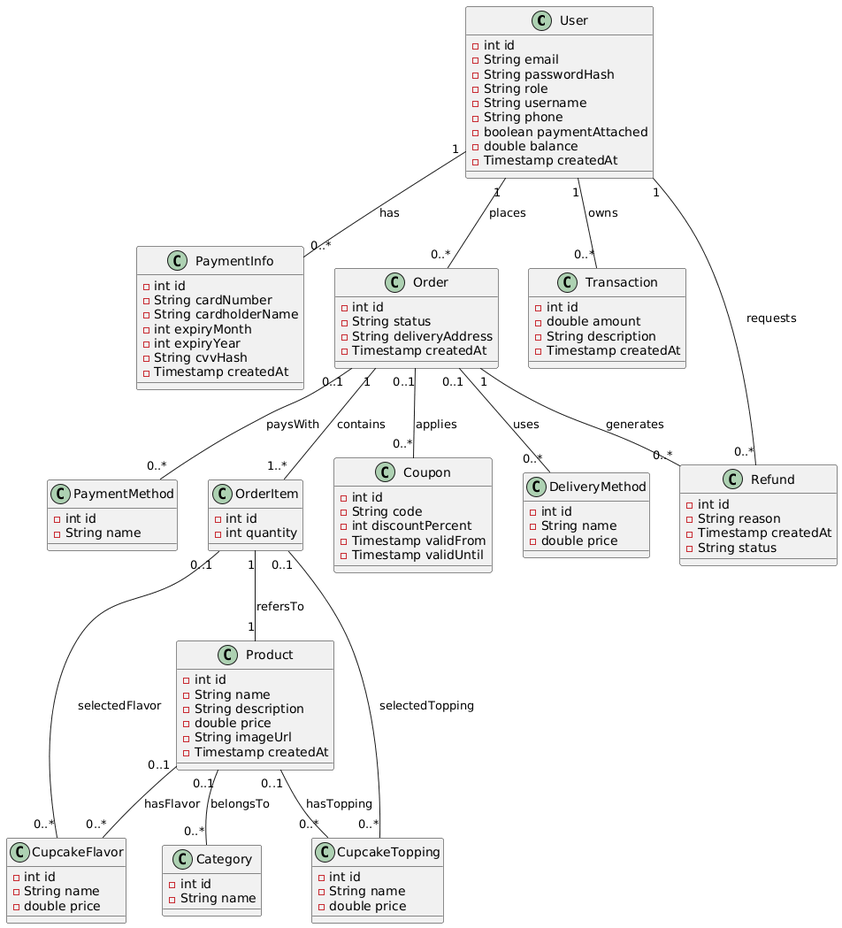
Above: Diagrammer/Domænemodel.png in Guacamoleboy/Cupcake (PlantUML), before the change.
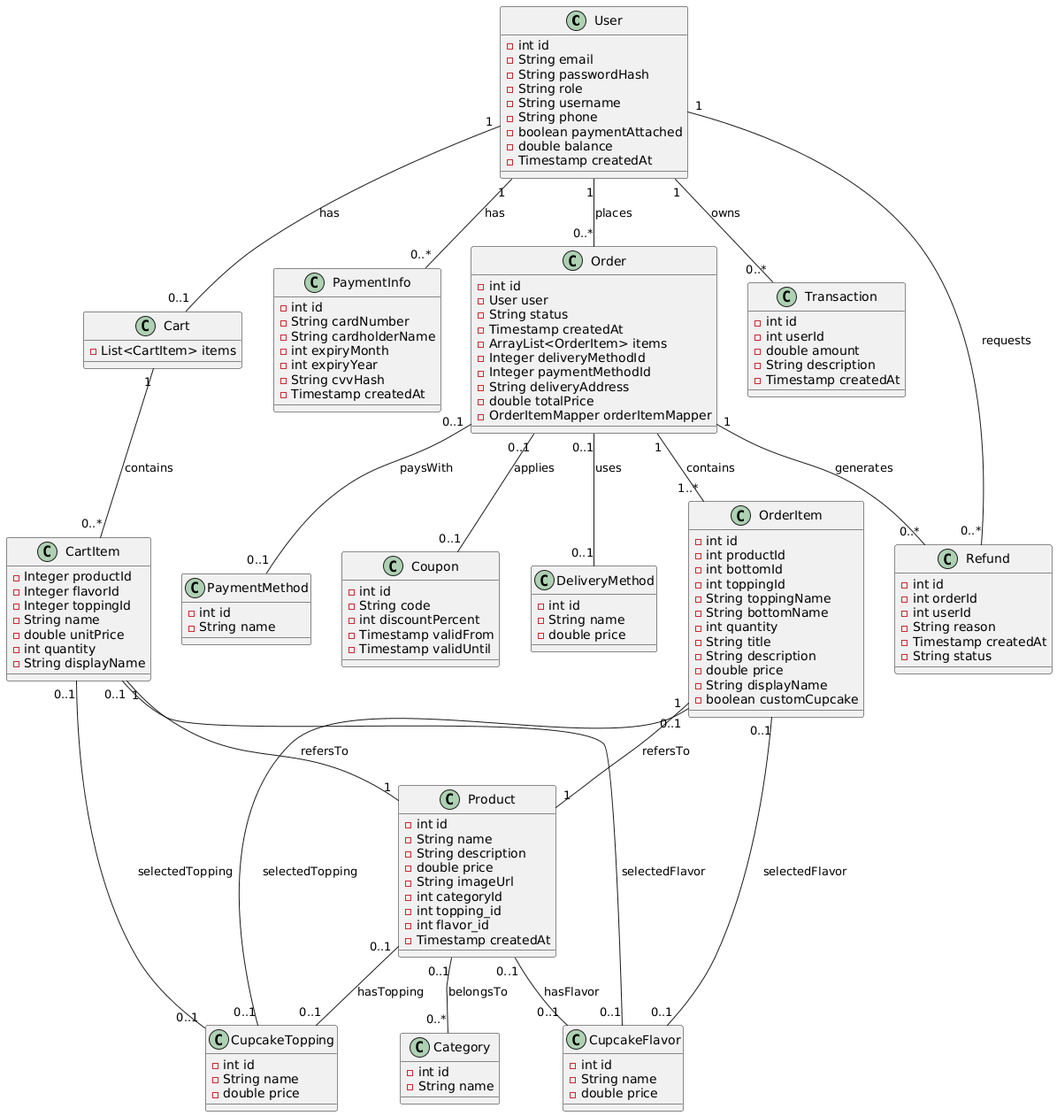
The same diagram one commit later.

What changed in the source:
```diff
@@ -9,6 +9,20 @@
     - boolean paymentAttached
     - double balance
     - Timestamp createdAt
+}
+
+class Cart {
+    - List<CartItem> items
+}
+
+class CartItem {
+    - Integer productId
+    - Integer flavorId
+    - Integer toppingId
+    - String name
+    - double unitPrice
+    - int quantity
+    - String displayName
 }
 
 class PaymentInfo {
@@ -44,6 +58,9 @@
     - String description
     - double price
     - String imageUrl
+    - int categoryId
+    - int topping_id
+    - int flavor_id
     - Timestamp createdAt
 }
 
@@ -60,18 +77,35 @@
 
 class Order {
     - int id
+    - User user
     - String status
+    - Timestamp createdAt
+    - ArrayList<OrderItem> items
+    - Integer deliveryMethodId
+    - Integer paymentMethodId
     - String deliveryAddress
-    - Timestamp createdAt
+    - double totalPrice
+    - OrderItemMapper orderItemMapper
 }
 
 class OrderItem {
     - int id
+    - int productId
+    - int bottomId
+    - int toppingId
+    - String toppingName
+    - String bottomName
     - int quantity
+    - String title
+    - String description
+    - double price
+    - String displayName
+    - boolean customCupcake
 }
 
 class Transaction {
     - int id
+    - int userId
     - double amount
     - String description
     - Timestamp createdAt
@@ -87,28 +121,35 @@
 
 class Refund {
     - int id
+    - int orderId
+    - int userId
     - String reason
     - Timestamp createdAt
     - String status
 }
 
-
 User "1" -- "0..*" PaymentInfo : has
 User "1" -- "0..*" Order : places
 User "1" -- "0..*" Transaction : owns
 User "1" -- "0..*" Refund : requests
+User "1" -- "0..1" Cart : has
+
+Cart "1" -- "0..*" CartItem : contains
+CartItem "1" -- "1" Product : refersTo
+CartItem "0..1" -- "0..1" CupcakeFlavor : selectedFlavor
+CartItem "0..1" -- "0..1" CupcakeTopping : selectedTopping
 
 Order "1" -- "1..*" OrderItem : contains
-Order "0..1" -- "0..*" DeliveryMethod : uses
-Order "0..1" -- "0..*" PaymentMethod : paysWith
-Order "0..1" -- "0..*" Coupon : applies
+Order "0..1" -- "0..1" DeliveryMethod : uses
+Order "0..1" -- "0..1" PaymentMethod : paysWith
+Order "0..1" -- "0..1" Coupon : applies
 Order "1" -- "0..*" Refund : generates
 
 OrderItem "1" -- "1" Product : refersTo
+OrderItem "0..1" -- "0..1" CupcakeFlavor : selectedFlavor
+OrderItem "0..1" -- "0..1" CupcakeTopping : selectedTopping
+
 Product "0..1" -- "0..*" Category : belongsTo
-Product "0..1" -- "0..*" CupcakeFlavor : hasFlavor
-Product "0..1" -- "0..*" CupcakeTopping : hasTopping
-
-OrderItem "0..1" -- "0..*" CupcakeFlavor : selectedFlavor
-OrderItem "0..1" -- "0..*" CupcakeTopping : selectedTopping
+Product "0..1" -- "0..1" CupcakeFlavor : hasFlavor
+Product "0..1" -- "0..1" CupcakeTopping : hasTopping
 @enduml
```
